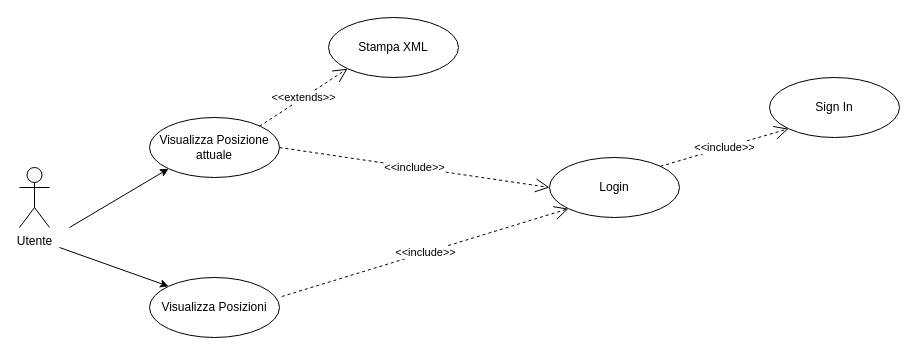
This is documenti/materiale_progetto/Diagramma Casi d'Uso.drawio from cucu05/IoT, a draw.io file, before an edit. Source tidied: cells renumbered, new cells numbered last; positions are measured from the earlier drawing's top-left corner, leaving out a move shared by most shapes. Both pictures are drawn from the tidied source at 100%, with x=0, y=0 at pixel (19, 17).
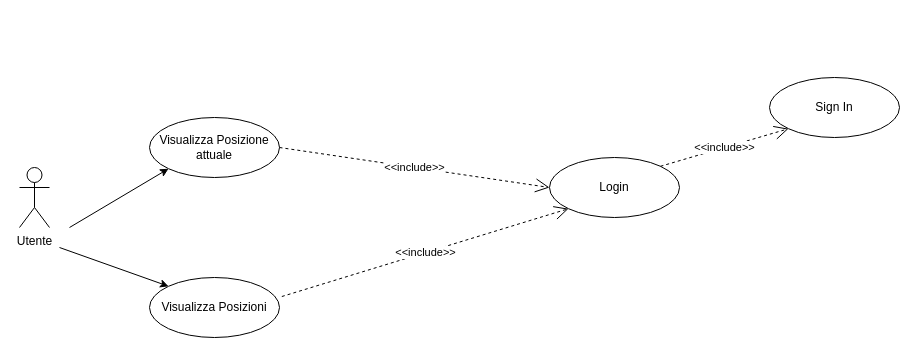
The same page after the edit.

The edit, as a diff of the source:
```diff
@@
 <mxGraphModel>
   <root>
     <mxCell id="0" />
     <mxCell id="1" parent="0" />
     <mxCell id="2" value="Utente" style="shape=umlActor;verticalLabelPosition=bottom;verticalAlign=top;html=1;" parent="1" vertex="1">
       <mxGeometry y="150" width="30" height="60" as="geometry" />
     </mxCell>
     <mxCell id="3" value="Visualizza Posizione attuale" style="ellipse;whiteSpace=wrap;html=1;" parent="1" vertex="1">
       <mxGeometry x="130" y="100" width="130" height="60" as="geometry" />
     </mxCell>
     <mxCell id="4" style="endArrow=classic;html=1;rounded=0;entryX=0;entryY=1;entryDx=0;entryDy=0;" parent="1" edge="1" target="3">
       <mxGeometry relative="1" as="geometry">
         <mxPoint x="50" y="210" as="sourcePoint" />
       </mxGeometry>
     </mxCell>
     <mxCell id="5" value="Visualizza Posizioni" style="ellipse;whiteSpace=wrap;html=1;" parent="1" vertex="1">
       <mxGeometry x="130" y="260" width="130" height="60" as="geometry" />
     </mxCell>
     <mxCell id="6" style="endArrow=classic;html=1;rounded=0;entryX=0;entryY=0;entryDx=0;entryDy=0;" parent="1" edge="1" target="5">
       <mxGeometry relative="1" as="geometry">
         <mxPoint x="40" y="230" as="sourcePoint" />
       </mxGeometry>
     </mxCell>
     <mxCell id="7" value="Login" style="ellipse;whiteSpace=wrap;html=1;" parent="1" vertex="1">
       <mxGeometry x="530" y="140" width="130" height="60" as="geometry" />
     </mxCell>
     <mxCell id="8" value="Sign In" style="ellipse;whiteSpace=wrap;html=1;" parent="1" vertex="1">
       <mxGeometry x="750" y="60" width="130" height="60" as="geometry" />
     </mxCell>
     <mxCell id="9" value="&amp;lt;&amp;lt;include&amp;gt;&amp;gt;" style="endArrow=open;endSize=12;dashed=1;html=1;rounded=0;entryX=0;entryY=1;entryDx=0;entryDy=0;exitX=1;exitY=0;exitDx=0;exitDy=0;" parent="1" edge="1" source="7" target="8">
       <mxGeometry relative="1" as="geometry" />
     </mxCell>
     <mxCell id="10" value="&amp;lt;&amp;lt;include&amp;gt;&amp;gt;" style="endArrow=open;endSize=12;dashed=1;html=1;rounded=0;exitX=1;exitY=0.5;exitDx=0;exitDy=0;entryX=0;entryY=0.5;entryDx=0;entryDy=0;" parent="1" edge="1" source="3" target="7">
       <mxGeometry relative="1" as="geometry" />
     </mxCell>
     <mxCell id="11" value="&amp;lt;&amp;lt;include&amp;gt;&amp;gt;" style="endArrow=open;endSize=12;dashed=1;html=1;rounded=0;exitX=1.018;exitY=0.317;exitDx=0;exitDy=0;entryX=0;entryY=1;entryDx=0;entryDy=0;exitPerimeter=0;" parent="1" edge="1" source="5" target="7">
       <mxGeometry relative="1" as="geometry" />
     </mxCell>
-    <mxCell id="12" value="Stampa XML" style="ellipse;whiteSpace=wrap;html=1;" parent="1" vertex="1">
-      <mxGeometry x="309" width="130" height="60" as="geometry" />
-    </mxCell>
-    <mxCell id="13" value="&amp;lt;&amp;lt;extends&amp;gt;&amp;gt;" style="endArrow=open;endSize=12;dashed=1;html=1;rounded=0;entryX=0;entryY=1;entryDx=0;entryDy=0;exitX=1;exitY=0;exitDx=0;exitDy=0;" parent="1" edge="1" target="12">
-      <mxGeometry relative="1" as="geometry">
-        <mxPoint x="240" y="108.8" as="sourcePoint" />
-      </mxGeometry>
-    </mxCell>
   </root>
 </mxGraphModel>
```
